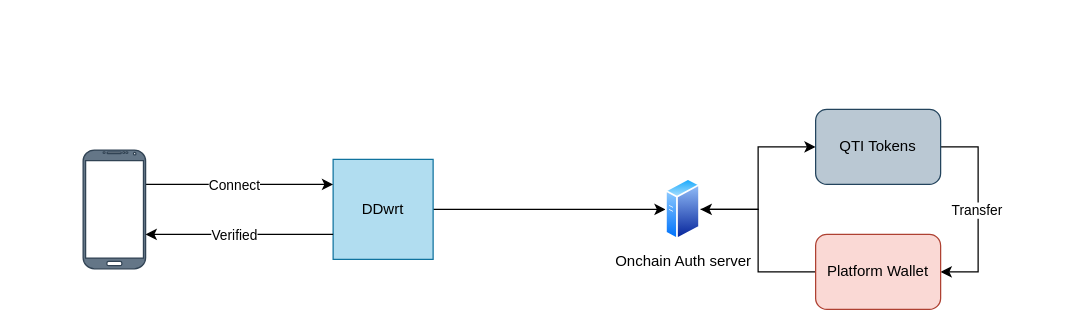
This is Quantinium-wifi-conectivity.drawio from ali-05-ahmed/Concept-Diagrams, a draw.io file, before an edit. Source tidied: cells renumbered, new cells numbered last; positions are measured from the earlier drawing's top-left corner, leaving out a move shared by most shapes. Both pictures are drawn from the tidied source at 125%, with x=0, y=0 at pixel (82, 109).
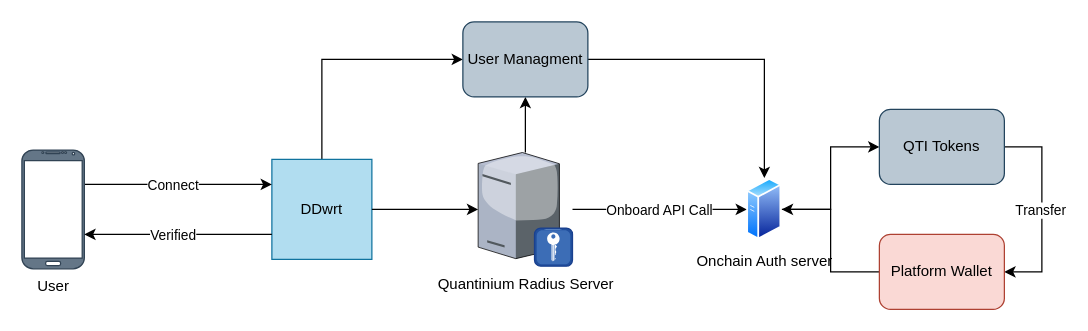
The same diagram, later.

The edit, as a diff of the source:
```diff
@@
-    <mxCell id="2" style="edgeStyle=orthogonalEdgeStyle;rounded=0;jettySize=auto;html=1;entryX=0;entryY=0.5;entryDx=0;entryDy=0;" parent="1" edge="1" source="3" target="8">
+    <mxCell id="2" style="edgeStyle=orthogonalEdgeStyle;rounded=0;jettySize=auto;html=1;entryX=0;entryY=0.5;entryDx=0;entryDy=0;" parent="1" edge="1" source="20" target="8">
       <mxGeometry relative="1" as="geometry" />
     </mxCell>
+    <mxCell id="16" value="Onboard API Call" style="edgeLabel;html=1;align=center;verticalAlign=middle;" parent="2" vertex="1">
+      <mxGeometry x="-0.26" y="-2" relative="1" as="geometry">
+        <mxPoint x="17" y="-2" as="offset" />
+      </mxGeometry>
+    </mxCell>
+    <mxCell id="17" style="edgeStyle=orthogonalEdgeStyle;rounded=0;jettySize=auto;html=1;entryX=0;entryY=0.5;entryDx=0;entryDy=0;" parent="1" edge="1" source="3" target="22">
+      <mxGeometry relative="1" as="geometry">
+        <Array as="points">
+          <mxPoint x="191" y="-40" />
+        </Array>
+      </mxGeometry>
+    </mxCell>
     <mxCell id="3" value="DDwrt" style="whiteSpace=wrap;html=1;fillColor=#b1ddf0;strokeColor=#10739e;" parent="1" vertex="1">
-      <mxGeometry x="200" y="40" width="80" height="80" as="geometry" />
+      <mxGeometry x="151" y="40" width="80" height="80" as="geometry" />
     </mxCell>
     <mxCell id="4" style="edgeStyle=orthogonalEdgeStyle;rounded=0;jettySize=auto;html=1;" parent="1" edge="1" source="6" target="3">
       <mxGeometry relative="1" as="geometry">
         <Array as="points">
-          <mxPoint x="160" y="60" />
-          <mxPoint x="160" y="60" />
+          <mxPoint x="111" y="60" />
+          <mxPoint x="111" y="60" />
         </Array>
       </mxGeometry>
     </mxCell>
@@
-    <mxCell id="6" style="verticalLabelPosition=bottom;verticalAlign=top;html=1;shadow=0;dashed=0;strokeWidth=1;shape=mxgraph.android.phone2;strokeColor=#314354;fillColor=#647687;fontColor=#ffffff;" parent="1" vertex="1">
-      <mxGeometry y="32.5" width="50" height="95" as="geometry" />
+    <mxCell id="6" value="&lt;font color=&quot;#000000&quot;&gt;User&lt;/font&gt;" style="verticalLabelPosition=bottom;verticalAlign=top;html=1;shadow=0;dashed=0;strokeWidth=1;shape=mxgraph.android.phone2;strokeColor=#314354;fillColor=#647687;fontColor=#ffffff;" parent="1" vertex="1">
+      <mxGeometry x="-49" y="32.5" width="50" height="95" as="geometry" />
     </mxCell>
@@
     <mxCell id="8" value="Onchain Auth server" style="image;perimeter=ellipsePerimeter;html=1;align=center;shadow=0;dashed=0;spacingTop=3;image=img/lib/active_directory/generic_server.svg;" parent="1" vertex="1">
-      <mxGeometry x="466" y="55" width="28" height="50" as="geometry" />
+      <mxGeometry x="531" y="55" width="28" height="50" as="geometry" />
     </mxCell>
     <mxCell id="9" style="edgeStyle=orthogonalEdgeStyle;rounded=0;jettySize=auto;html=1;entryX=1;entryY=0.5;entryDx=0;entryDy=0;" parent="1" edge="1" source="11" target="13">
       <mxGeometry relative="1" as="geometry">
         <Array as="points">
-          <mxPoint x="716" y="30" />
-          <mxPoint x="716" y="130" />
+          <mxPoint x="767" y="30" />
+          <mxPoint x="767" y="130" />
         </Array>
       </mxGeometry>
     </mxCell>
@@
     <mxCell id="11" value="QTI Tokens" style="rounded=1;whiteSpace=wrap;html=1;fillColor=#bac8d3;strokeColor=#23445d;" parent="1" vertex="1">
-      <mxGeometry x="586" width="100" height="60" as="geometry" />
+      <mxGeometry x="637" width="100" height="60" as="geometry" />
     </mxCell>
@@
     <mxCell id="13" value="Platform Wallet" style="rounded=1;whiteSpace=wrap;html=1;fillColor=#fad9d5;strokeColor=#ae4132;" parent="1" vertex="1">
-      <mxGeometry x="586" y="100" width="100" height="60" as="geometry" />
+      <mxGeometry x="637" y="100" width="100" height="60" as="geometry" />
     </mxCell>
     <mxCell id="14" style="edgeStyle=orthogonalEdgeStyle;rounded=0;orthogonalLoop=1;jettySize=auto;html=1;startArrow=classic;startFill=1;endArrow=none;endFill=0;" parent="1" edge="1">
       <mxGeometry relative="1" as="geometry">
-        <mxPoint x="50" y="100" as="sourcePoint" />
-        <mxPoint x="200" y="100" as="targetPoint" />
+        <mxPoint x="1" y="100" as="sourcePoint" />
+        <mxPoint x="151" y="100" as="targetPoint" />
         <Array as="points">
-          <mxPoint x="160" y="100" />
-          <mxPoint x="160" y="100" />
+          <mxPoint x="111" y="100" />
+          <mxPoint x="111" y="100" />
         </Array>
       </mxGeometry>
     </mxCell>
@@
+    <mxCell id="18" style="edgeStyle=orthogonalEdgeStyle;rounded=0;jettySize=auto;html=1;entryX=0;entryY=0.5;entryDx=0;entryDy=0;" parent="1" edge="1" source="3" target="20">
+      <mxGeometry relative="1" as="geometry" />
+    </mxCell>
+    <mxCell id="19" style="edgeStyle=orthogonalEdgeStyle;rounded=0;jettySize=auto;html=1;" parent="1" edge="1" source="20" target="22">
+      <mxGeometry relative="1" as="geometry" />
+    </mxCell>
+    <mxCell id="20" value="Quantinium Radius Server" style="verticalLabelPosition=bottom;sketch=0;html=1;verticalAlign=top;strokeColor=none;align=center;outlineConnect=0;shape=mxgraph.citrix.radius_server;" parent="1" vertex="1">
+      <mxGeometry x="316" y="34.5" width="75.5" height="91" as="geometry" />
+    </mxCell>
+    <mxCell id="21" style="edgeStyle=orthogonalEdgeStyle;rounded=0;jettySize=auto;html=1;" parent="1" edge="1" source="22" target="8">
+      <mxGeometry relative="1" as="geometry" />
+    </mxCell>
+    <mxCell id="22" value="User Managment" style="rounded=1;whiteSpace=wrap;html=1;fillColor=#bac8d3;strokeColor=#23445d;" parent="1" vertex="1">
+      <mxGeometry x="303.8" y="-70" width="100" height="60" as="geometry" />
+    </mxCell>
```
